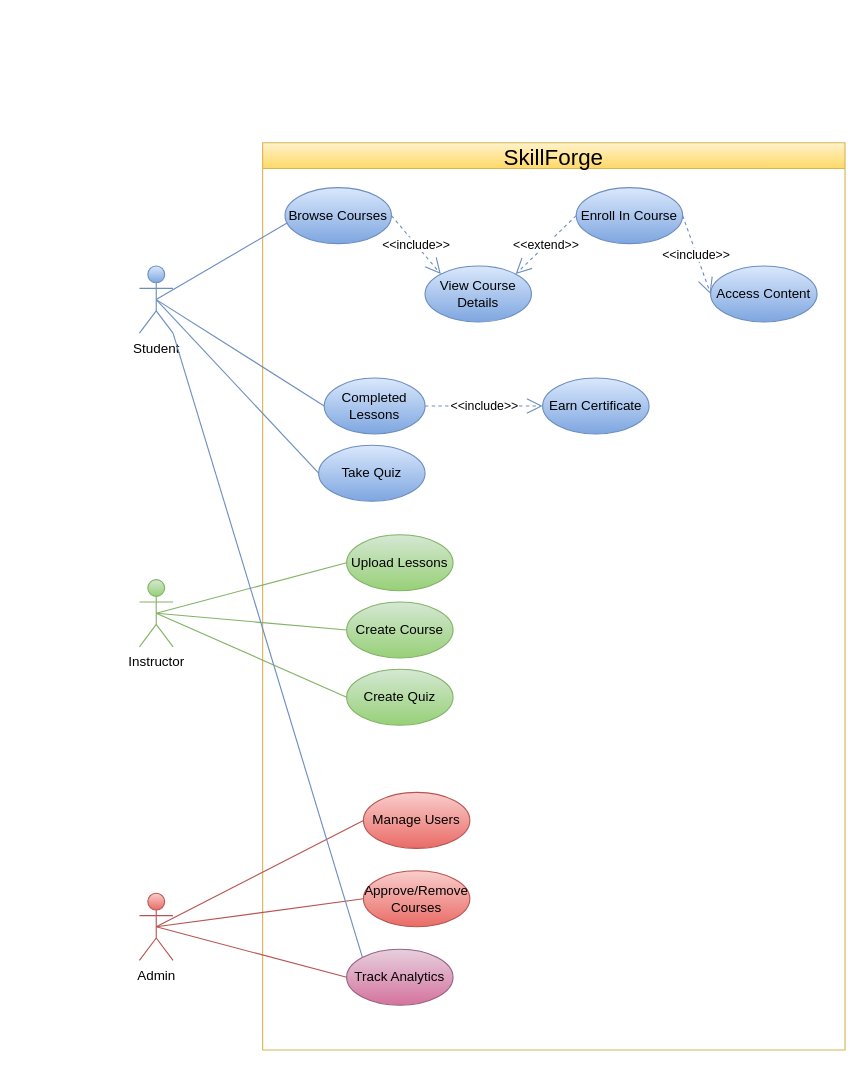
ProgrammingII-projects/skill_forge_UML_design keeps this draw.io diagram as UMLdesign/UseDiagram.drawio. Above is the earlier version. Source tidied: cells renumbered, new cells numbered last; positions are measured from the earlier drawing's top-left corner, leaving out a move shared by most shapes. Both pictures are drawn from the tidied source at 112%, with x=0, y=0 at pixel (139, 142).
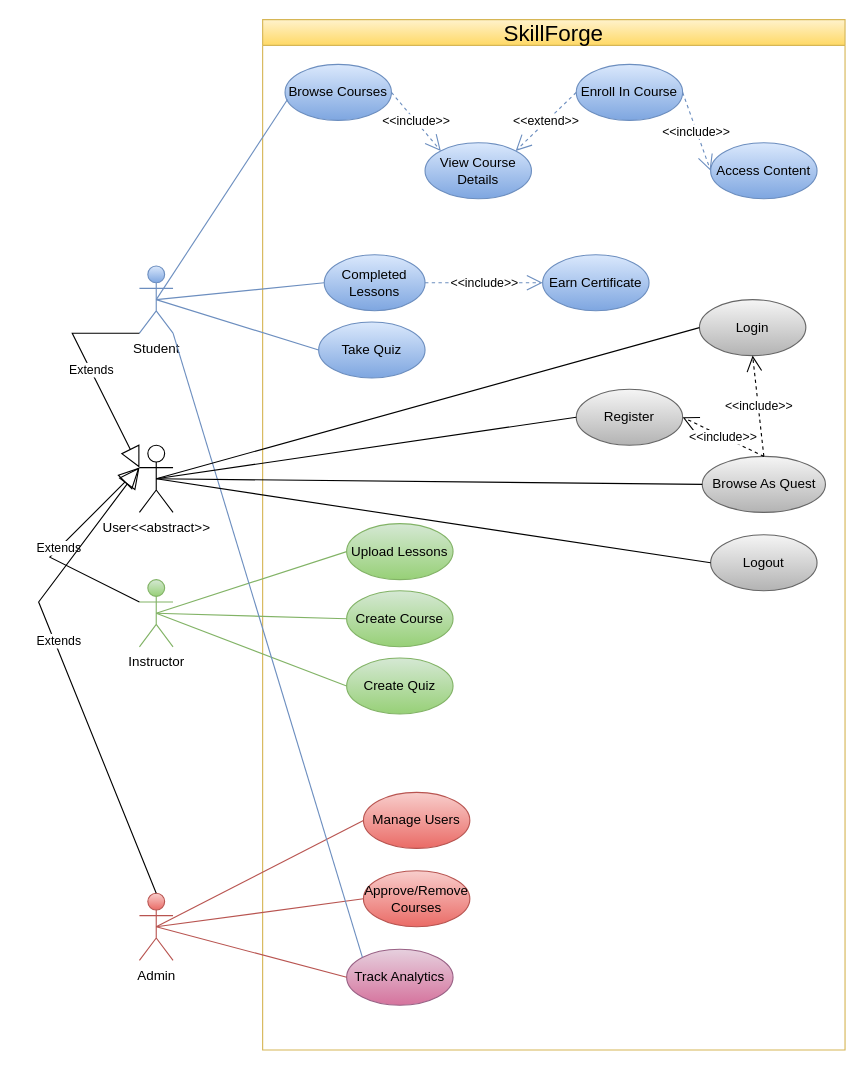
Above is the later version.

Commit message:
added abstract user and its use cases

Unchanged cells that the change refers to:
```xml
<mxCell id="20" value="Student" style="shape=umlActor;verticalLabelPosition=bottom;verticalAlign=top;html=1;outlineConnect=0;fillColor=#dae8fc;gradientColor=#7ea6e0;strokeColor=#6c8ebf;" parent="1" vertex="1">
  <mxGeometry y="110" width="30" height="60" as="geometry" />
</mxCell>
<mxCell id="21" value="Instructor" style="shape=umlActor;verticalLabelPosition=bottom;verticalAlign=top;html=1;outlineConnect=0;fillColor=#d5e8d4;gradientColor=#97d077;strokeColor=#82b366;" parent="1" vertex="1">
  <mxGeometry y="390" width="30" height="60" as="geometry" />
</mxCell>
<mxCell id="22" value="Admin" style="shape=umlActor;verticalLabelPosition=bottom;verticalAlign=top;html=1;outlineConnect=0;fillColor=#f8cecc;gradientColor=#ea6b66;strokeColor=#b85450;" parent="1" vertex="1">
  <mxGeometry y="670" width="30" height="60" as="geometry" />
</mxCell>
```

Change to the diagram source:
```diff
@@
     <mxCell id="2" value="&lt;span style=&quot;font-size: 20px;&quot;&gt;SkillForge&lt;br&gt;&lt;/span&gt;" style="swimlane;whiteSpace=wrap;html=1;fillColor=#fff2cc;gradientColor=#ffd966;strokeColor=#d6b656;fontStyle=0;" parent="1" vertex="1">
-      <mxGeometry x="110" width="520" height="810" as="geometry" />
+      <mxGeometry x="110" y="-110" width="520" height="920" as="geometry" />
     </mxCell>
@@
     <mxCell id="8" value="Create Course" style="ellipse;whiteSpace=wrap;html=1;fillColor=#d5e8d4;gradientColor=#97d077;strokeColor=#82b366;" parent="2" vertex="1">
-      <mxGeometry x="75" y="410" width="95" height="50" as="geometry" />
+      <mxGeometry x="75" y="510" width="95" height="50" as="geometry" />
     </mxCell>
     <mxCell id="9" value="Upload Lessons" style="ellipse;whiteSpace=wrap;html=1;fillColor=#d5e8d4;gradientColor=#97d077;strokeColor=#82b366;" parent="2" vertex="1">
-      <mxGeometry x="75" y="350" width="95" height="50" as="geometry" />
+      <mxGeometry x="75" y="450" width="95" height="50" as="geometry" />
     </mxCell>
     <mxCell id="10" value="Create Quiz" style="ellipse;whiteSpace=wrap;html=1;fillColor=#d5e8d4;gradientColor=#97d077;strokeColor=#82b366;" parent="2" vertex="1">
-      <mxGeometry x="75" y="470" width="95" height="50" as="geometry" />
+      <mxGeometry x="75" y="570" width="95" height="50" as="geometry" />
     </mxCell>
     <mxCell id="11" value="Manage Users" style="ellipse;whiteSpace=wrap;html=1;fillColor=#f8cecc;gradientColor=#ea6b66;strokeColor=#b85450;" parent="2" vertex="1">
-      <mxGeometry x="90" y="580" width="95" height="50" as="geometry" />
+      <mxGeometry x="90" y="690" width="95" height="50" as="geometry" />
     </mxCell>
     <mxCell id="12" value="Approve/Remove Courses" style="ellipse;whiteSpace=wrap;html=1;fillColor=#f8cecc;gradientColor=#ea6b66;strokeColor=#b85450;" parent="2" vertex="1">
-      <mxGeometry x="90" y="650" width="95" height="50" as="geometry" />
+      <mxGeometry x="90" y="760" width="95" height="50" as="geometry" />
     </mxCell>
     <mxCell id="13" value="Track Analytics" style="ellipse;whiteSpace=wrap;html=1;fillColor=#e6d0de;gradientColor=#d5739d;strokeColor=#996185;" parent="2" vertex="1">
-      <mxGeometry x="75" y="720" width="95" height="50" as="geometry" />
+      <mxGeometry x="75" y="830" width="95" height="50" as="geometry" />
     </mxCell>
@@
+    <mxCell id="33" value="Login" style="ellipse;whiteSpace=wrap;html=1;fillColor=#f5f5f5;gradientColor=#b3b3b3;strokeColor=#666666;" parent="2" vertex="1">
+      <mxGeometry x="390" y="250" width="95" height="50" as="geometry" />
+    </mxCell>
+    <mxCell id="34" value="Logout" style="ellipse;whiteSpace=wrap;html=1;fillColor=#f5f5f5;gradientColor=#b3b3b3;strokeColor=#666666;" parent="2" vertex="1">
+      <mxGeometry x="400" y="460" width="95" height="50" as="geometry" />
+    </mxCell>
+    <mxCell id="35" value="Browse As Quest" style="ellipse;whiteSpace=wrap;html=1;fillColor=#f5f5f5;gradientColor=#b3b3b3;strokeColor=#666666;" parent="2" vertex="1">
+      <mxGeometry x="392.5" y="390" width="110" height="50" as="geometry" />
+    </mxCell>
+    <mxCell id="36" value="Register" style="ellipse;whiteSpace=wrap;html=1;fillColor=#f5f5f5;gradientColor=#b3b3b3;strokeColor=#666666;" parent="2" vertex="1">
+      <mxGeometry x="280" y="330" width="95" height="50" as="geometry" />
+    </mxCell>
+    <mxCell id="37" value="&amp;lt;&amp;lt;include&amp;gt;&amp;gt;" style="endArrow=open;endSize=12;dashed=1;html=1;rounded=0;exitX=0.5;exitY=0;exitDx=0;exitDy=0;entryX=0.5;entryY=1;entryDx=0;entryDy=0;fillColor=#f5f5f5;gradientColor=#b3b3b3;strokeColor=#000000;" parent="2" edge="1" source="35" target="33">
+      <mxGeometry relative="1" as="geometry" />
+    </mxCell>
+    <mxCell id="38" value="&amp;lt;&amp;lt;include&amp;gt;&amp;gt;" style="endArrow=open;endSize=12;dashed=1;html=1;rounded=0;exitX=0.5;exitY=0;exitDx=0;exitDy=0;entryX=1;entryY=0.5;entryDx=0;entryDy=0;fillColor=#f5f5f5;gradientColor=#b3b3b3;strokeColor=#000000;" parent="2" edge="1" source="35" target="36">
+      <mxGeometry relative="1" as="geometry" />
+    </mxCell>
@@
+    <mxCell id="39" value="User&amp;lt;&amp;lt;abstract&amp;gt;&amp;gt;" style="shape=umlActor;verticalLabelPosition=bottom;verticalAlign=top;html=1;outlineConnect=0;" parent="1" vertex="1">
+      <mxGeometry y="270" width="30" height="60" as="geometry" />
+    </mxCell>
+    <mxCell id="40" value="Extends" style="endArrow=block;endSize=16;endFill=0;html=1;rounded=0;exitX=0;exitY=1;exitDx=0;exitDy=0;exitPerimeter=0;" parent="1" edge="1" source="20">
+      <mxGeometry relative="1" as="geometry">
+        <mxPoint y="290" as="targetPoint" />
+        <Array as="points">
+          <mxPoint x="-60" y="170" />
+        </Array>
+      </mxGeometry>
+    </mxCell>
+    <mxCell id="41" value="Extends" style="endArrow=block;endSize=16;endFill=0;html=1;rounded=0;exitX=0;exitY=0.3333333333333333;exitDx=0;exitDy=0;exitPerimeter=0;entryX=0;entryY=0.3333333333333333;entryDx=0;entryDy=0;entryPerimeter=0;" parent="1" edge="1" source="21" target="39">
+      <mxGeometry relative="1" as="geometry">
+        <Array as="points">
+          <mxPoint x="-80" y="370" />
+        </Array>
+      </mxGeometry>
+    </mxCell>
+    <mxCell id="42" value="Extends" style="endArrow=block;endSize=16;endFill=0;html=1;rounded=0;exitX=0.5;exitY=0;exitDx=0;exitDy=0;exitPerimeter=0;" parent="1" edge="1" source="22">
+      <mxGeometry x="0.12" y="-3" relative="1" as="geometry">
+        <mxPoint y="290" as="targetPoint" />
+        <Array as="points">
+          <mxPoint x="-90" y="410" />
+        </Array>
+      </mxGeometry>
+    </mxCell>
+    <mxCell id="43" style="endArrow=none;html=1;rounded=0;exitX=0.5;exitY=0.5;exitDx=0;exitDy=0;exitPerimeter=0;entryX=0;entryY=0.5;entryDx=0;entryDy=0;" parent="1" edge="1" source="39" target="33">
+      <mxGeometry relative="1" as="geometry" />
+    </mxCell>
+    <mxCell id="44" style="endArrow=none;html=1;rounded=0;exitX=0.5;exitY=0.5;exitDx=0;exitDy=0;exitPerimeter=0;entryX=0;entryY=0.5;entryDx=0;entryDy=0;" parent="1" edge="1" source="39" target="34">
+      <mxGeometry relative="1" as="geometry" />
+    </mxCell>
+    <mxCell id="45" style="endArrow=none;html=1;rounded=0;exitX=0.5;exitY=0.5;exitDx=0;exitDy=0;exitPerimeter=0;entryX=0;entryY=0.5;entryDx=0;entryDy=0;" parent="1" edge="1" source="39" target="35">
+      <mxGeometry relative="1" as="geometry" />
+    </mxCell>
+    <mxCell id="46" style="endArrow=none;html=1;rounded=0;exitX=0.5;exitY=0.5;exitDx=0;exitDy=0;exitPerimeter=0;entryX=0;entryY=0.5;entryDx=0;entryDy=0;" parent="1" edge="1" source="39" target="36">
+      <mxGeometry relative="1" as="geometry" />
+    </mxCell>
```
